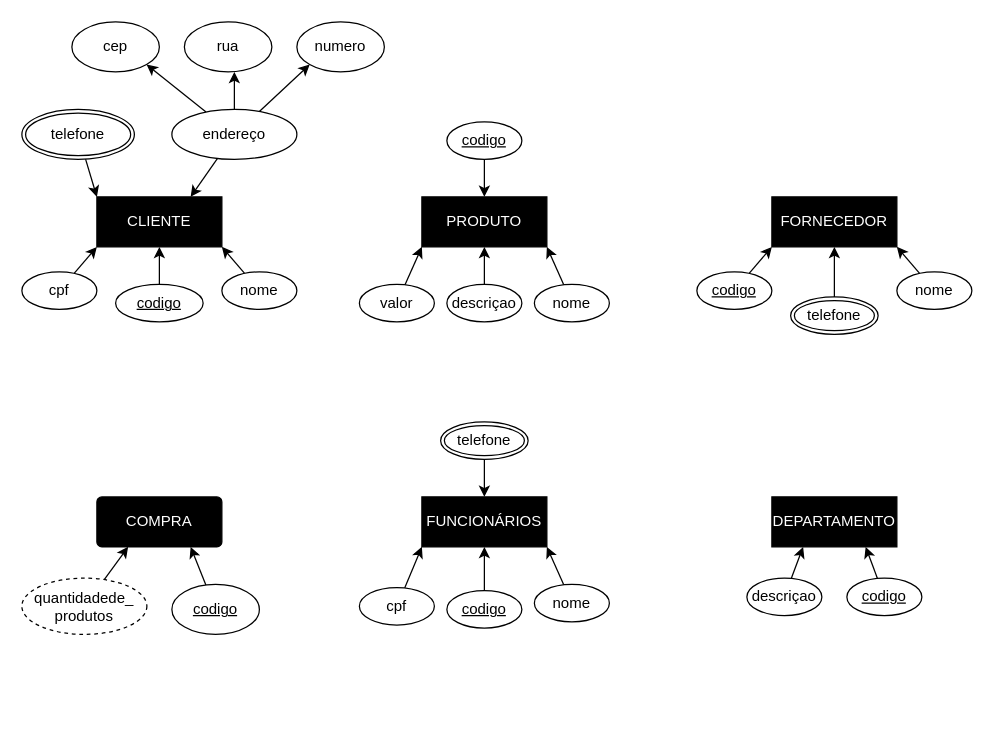
Earlier version of the draw.io diagram Aula04-DRE.drawio (kennyendersen/uc1-back-end). Source tidied: cells renumbered, new cells numbered last; positions are measured from the earlier drawing's top-left corner, leaving out a move shared by most shapes. Both pictures are drawn from the tidied source at 125%, with x=0, y=0 at pixel (21, 21).
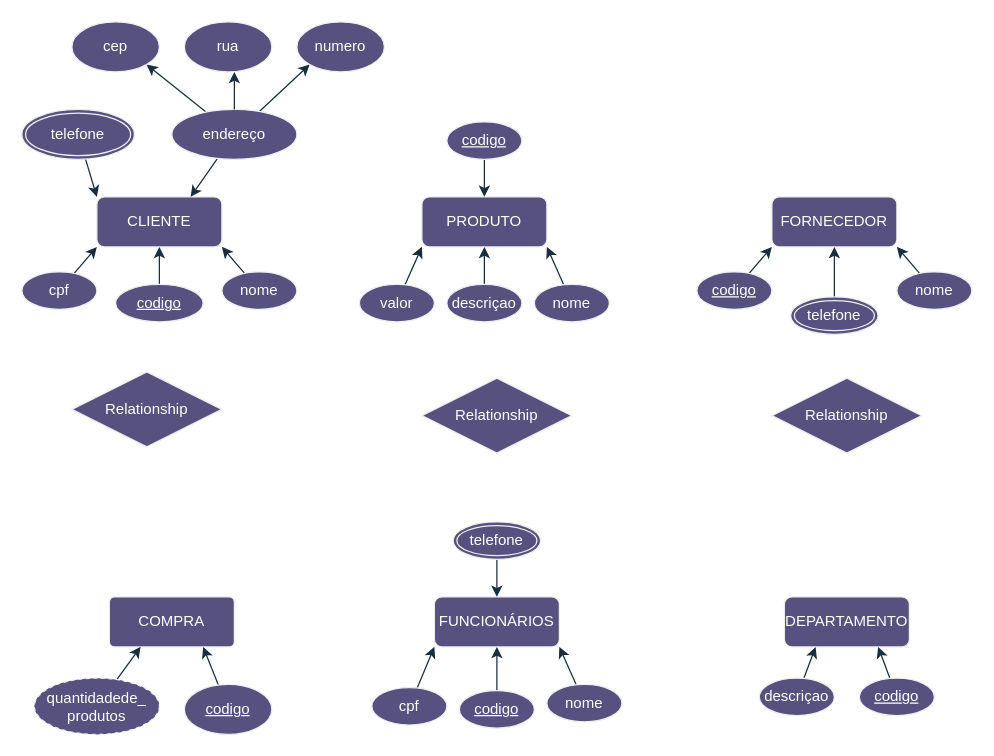
Above is the later version.

What changed in the source:
```diff
@@
-    <mxCell id="2" value="DEPARTAMENTO" style="whiteSpace=wrap;html=1;align=center;fillColor=#000000;fontColor=#FFFFFF;" parent="1" vertex="1">
-      <mxGeometry x="600" y="380" width="100" height="40" as="geometry" />
+    <mxCell id="2" value="DEPARTAMENTO" style="whiteSpace=wrap;html=1;align=center;fillColor=#56517E;fontColor=#FFFFFF;rounded=1;labelBackgroundColor=none;strokeColor=#EEEEEE;" parent="1" vertex="1">
+      <mxGeometry x="610" y="460" width="100" height="40" as="geometry" />
     </mxCell>
-    <mxCell id="3" value="FUNCIONÁRIOS" style="whiteSpace=wrap;html=1;align=center;fontColor=#FFFFFF;strokeColor=#000000;fillColor=#000000;" parent="1" vertex="1">
-      <mxGeometry x="320" y="380" width="100" height="40" as="geometry" />
+    <mxCell id="3" value="FUNCIONÁRIOS" style="whiteSpace=wrap;html=1;align=center;fontColor=#FFFFFF;strokeColor=#EEEEEE;fillColor=#56517E;rounded=1;labelBackgroundColor=none;" parent="1" vertex="1">
+      <mxGeometry x="330" y="460" width="100" height="40" as="geometry" />
     </mxCell>
-    <mxCell id="4" value="CLIENTE" style="whiteSpace=wrap;html=1;align=center;fillColor=#000000;fontColor=#FFFFFF;" parent="1" vertex="1">
+    <mxCell id="4" value="CLIENTE" style="whiteSpace=wrap;html=1;align=center;fillColor=#56517E;fontColor=#FFFFFF;rounded=1;labelBackgroundColor=none;strokeColor=#EEEEEE;" parent="1" vertex="1">
       <mxGeometry x="60" y="140" width="100" height="40" as="geometry" />
     </mxCell>
-    <mxCell id="5" value="FORNECEDOR" style="whiteSpace=wrap;html=1;align=center;fillColor=#000000;fontColor=#FFFFFF;" parent="1" vertex="1">
+    <mxCell id="5" value="FORNECEDOR" style="whiteSpace=wrap;html=1;align=center;fillColor=#56517E;fontColor=#FFFFFF;rounded=1;labelBackgroundColor=none;strokeColor=#EEEEEE;" parent="1" vertex="1">
       <mxGeometry x="600" y="140" width="100" height="40" as="geometry" />
     </mxCell>
-    <mxCell id="6" value="PRODUTO" style="whiteSpace=wrap;html=1;align=center;fillColor=#000000;fontColor=#FFFFFF;" parent="1" vertex="1">
+    <mxCell id="6" value="PRODUTO" style="whiteSpace=wrap;html=1;align=center;fillColor=#56517E;fontColor=#FFFFFF;rounded=1;labelBackgroundColor=none;strokeColor=#EEEEEE;" parent="1" vertex="1">
       <mxGeometry x="320" y="140" width="100" height="40" as="geometry" />
     </mxCell>
-    <mxCell id="7" value="COMPRA" style="rounded=1;arcSize=10;whiteSpace=wrap;html=1;align=center;labelBackgroundColor=none;strokeColor=#000000;fillColor=#000000;fontColor=#FFFFFF;" parent="1" vertex="1">
-      <mxGeometry x="60" y="380" width="100" height="40" as="geometry" />
+    <mxCell id="7" value="COMPRA" style="rounded=1;arcSize=10;whiteSpace=wrap;html=1;align=center;labelBackgroundColor=none;strokeColor=#EEEEEE;fillColor=#56517E;fontColor=#FFFFFF;" parent="1" vertex="1">
+      <mxGeometry x="70" y="460" width="100" height="40" as="geometry" />
     </mxCell>
-    <mxCell id="8" style="edgeStyle=none;rounded=0;jettySize=auto;html=1;entryX=1;entryY=1;entryDx=0;entryDy=0;" parent="1" edge="1" source="9" target="4">
+    <mxCell id="8" style="edgeStyle=none;rounded=1;jettySize=auto;html=1;entryX=1;entryY=1;entryDx=0;entryDy=0;labelBackgroundColor=none;strokeColor=#182E3E;fontColor=default;" parent="1" edge="1" source="9" target="4">
       <mxGeometry relative="1" as="geometry" />
     </mxCell>
-    <mxCell id="9" value="nome" style="ellipse;whiteSpace=wrap;html=1;align=center;" parent="1" vertex="1">
+    <mxCell id="9" value="nome" style="ellipse;whiteSpace=wrap;html=1;align=center;rounded=1;labelBackgroundColor=none;fillColor=#56517E;strokeColor=#EEEEEE;fontColor=#FFFFFF;" parent="1" vertex="1">
       <mxGeometry x="160" y="200" width="60" height="30" as="geometry" />
     </mxCell>
-    <mxCell id="10" style="edgeStyle=none;rounded=0;jettySize=auto;html=1;entryX=0;entryY=1;entryDx=0;entryDy=0;" parent="1" edge="1" source="11" target="4">
+    <mxCell id="10" style="edgeStyle=none;rounded=1;jettySize=auto;html=1;entryX=0;entryY=1;entryDx=0;entryDy=0;labelBackgroundColor=none;strokeColor=#182E3E;fontColor=default;" parent="1" edge="1" source="11" target="4">
       <mxGeometry relative="1" as="geometry" />
     </mxCell>
-    <mxCell id="11" value="cpf" style="ellipse;whiteSpace=wrap;html=1;align=center;" parent="1" vertex="1">
+    <mxCell id="11" value="cpf" style="ellipse;whiteSpace=wrap;html=1;align=center;rounded=1;labelBackgroundColor=none;fillColor=#56517E;strokeColor=#EEEEEE;fontColor=#FFFFFF;" parent="1" vertex="1">
       <mxGeometry y="200" width="60" height="30" as="geometry" />
     </mxCell>
-    <mxCell id="12" style="edgeStyle=none;rounded=0;jettySize=auto;html=1;entryX=0.75;entryY=1;entryDx=0;entryDy=0;" parent="1" edge="1" source="13" target="7">
+    <mxCell id="12" style="edgeStyle=none;rounded=1;jettySize=auto;html=1;entryX=0.75;entryY=1;entryDx=0;entryDy=0;labelBackgroundColor=none;strokeColor=#182E3E;fontColor=default;" parent="1" edge="1" source="13" target="7">
       <mxGeometry relative="1" as="geometry" />
     </mxCell>
-    <mxCell id="13" value="codigo" style="ellipse;whiteSpace=wrap;html=1;align=center;fontStyle=4;" parent="1" vertex="1">
-      <mxGeometry x="120" y="450" width="70" height="40" as="geometry" />
+    <mxCell id="13" value="codigo" style="ellipse;whiteSpace=wrap;html=1;align=center;fontStyle=4;rounded=1;labelBackgroundColor=none;fillColor=#56517E;strokeColor=#EEEEEE;fontColor=#FFFFFF;" parent="1" vertex="1">
+      <mxGeometry x="130" y="530" width="70" height="40" as="geometry" />
     </mxCell>
-    <mxCell id="14" style="edgeStyle=none;rounded=0;jettySize=auto;html=1;entryX=0.5;entryY=1;entryDx=0;entryDy=0;" parent="1" edge="1" source="15" target="4">
+    <mxCell id="14" style="edgeStyle=none;rounded=1;jettySize=auto;html=1;entryX=0.5;entryY=1;entryDx=0;entryDy=0;labelBackgroundColor=none;strokeColor=#182E3E;fontColor=default;" parent="1" edge="1" source="15" target="4">
       <mxGeometry relative="1" as="geometry" />
     </mxCell>
-    <mxCell id="15" value="codigo" style="ellipse;whiteSpace=wrap;html=1;align=center;fontStyle=4;" parent="1" vertex="1">
+    <mxCell id="15" value="codigo" style="ellipse;whiteSpace=wrap;html=1;align=center;fontStyle=4;rounded=1;labelBackgroundColor=none;fillColor=#56517E;strokeColor=#EEEEEE;fontColor=#FFFFFF;" parent="1" vertex="1">
       <mxGeometry x="75" y="210" width="70" height="30" as="geometry" />
     </mxCell>
-    <mxCell id="16" style="edgeStyle=none;rounded=0;jettySize=auto;html=1;entryX=0.25;entryY=1;entryDx=0;entryDy=0;" parent="1" edge="1" source="17" target="7">
+    <mxCell id="16" style="edgeStyle=none;rounded=1;jettySize=auto;html=1;entryX=0.25;entryY=1;entryDx=0;entryDy=0;labelBackgroundColor=none;strokeColor=#182E3E;fontColor=default;" parent="1" edge="1" source="17" target="7">
       <mxGeometry relative="1" as="geometry" />
     </mxCell>
-    <mxCell id="17" value="quantidadede_&lt;br&gt;produtos" style="ellipse;whiteSpace=wrap;html=1;align=center;dashed=1;" parent="1" vertex="1">
-      <mxGeometry y="445" width="100" height="45" as="geometry" />
+    <mxCell id="17" value="quantidadede_&lt;br&gt;produtos" style="ellipse;whiteSpace=wrap;html=1;align=center;dashed=1;rounded=1;labelBackgroundColor=none;fillColor=#56517E;strokeColor=#EEEEEE;fontColor=#FFFFFF;" parent="1" vertex="1">
+      <mxGeometry x="10" y="525" width="100" height="45" as="geometry" />
     </mxCell>
-    <mxCell id="18" style="edgeStyle=none;rounded=0;jettySize=auto;html=1;entryX=0;entryY=0;entryDx=0;entryDy=0;" parent="1" edge="1" source="19" target="4">
+    <mxCell id="18" style="edgeStyle=none;rounded=1;jettySize=auto;html=1;entryX=0;entryY=0;entryDx=0;entryDy=0;labelBackgroundColor=none;strokeColor=#182E3E;fontColor=default;" parent="1" edge="1" source="19" target="4">
       <mxGeometry relative="1" as="geometry" />
     </mxCell>
-    <mxCell id="19" value="telefone" style="ellipse;shape=doubleEllipse;margin=3;whiteSpace=wrap;html=1;align=center;" parent="1" vertex="1">
+    <mxCell id="19" value="telefone" style="ellipse;shape=doubleEllipse;margin=3;whiteSpace=wrap;html=1;align=center;rounded=1;labelBackgroundColor=none;fillColor=#56517E;strokeColor=#EEEEEE;fontColor=#FFFFFF;" parent="1" vertex="1">
       <mxGeometry y="70" width="90" height="40" as="geometry" />
     </mxCell>
-    <mxCell id="20" style="edgeStyle=none;rounded=0;jettySize=auto;html=1;entryX=0.75;entryY=0;entryDx=0;entryDy=0;" parent="1" edge="1" source="23" target="4">
+    <mxCell id="20" style="edgeStyle=none;rounded=1;jettySize=auto;html=1;entryX=0.75;entryY=0;entryDx=0;entryDy=0;labelBackgroundColor=none;strokeColor=#182E3E;fontColor=default;" parent="1" edge="1" source="23" target="4">
       <mxGeometry relative="1" as="geometry" />
     </mxCell>
-    <mxCell id="21" style="edgeStyle=none;rounded=0;jettySize=auto;html=1;entryX=1;entryY=1;entryDx=0;entryDy=0;" parent="1" edge="1" source="23" target="24">
+    <mxCell id="21" style="edgeStyle=none;rounded=1;jettySize=auto;html=1;entryX=1;entryY=1;entryDx=0;entryDy=0;labelBackgroundColor=none;strokeColor=#182E3E;fontColor=default;" parent="1" edge="1" source="23" target="24">
       <mxGeometry relative="1" as="geometry" />
     </mxCell>
-    <mxCell id="22" style="edgeStyle=none;rounded=0;jettySize=auto;html=1;entryX=0;entryY=1;entryDx=0;entryDy=0;" parent="1" edge="1" source="23" target="26">
+    <mxCell id="22" style="edgeStyle=none;rounded=1;jettySize=auto;html=1;entryX=0;entryY=1;entryDx=0;entryDy=0;labelBackgroundColor=none;strokeColor=#182E3E;fontColor=default;" parent="1" edge="1" source="23" target="26">
       <mxGeometry relative="1" as="geometry" />
     </mxCell>
-    <mxCell id="23" value="endereço" style="ellipse;whiteSpace=wrap;html=1;align=center;" parent="1" vertex="1">
+    <mxCell id="23" value="endereço" style="ellipse;whiteSpace=wrap;html=1;align=center;rounded=1;labelBackgroundColor=none;fillColor=#56517E;strokeColor=#EEEEEE;fontColor=#FFFFFF;" parent="1" vertex="1">
       <mxGeometry x="120" y="70" width="100" height="40" as="geometry" />
     </mxCell>
-    <mxCell id="24" value="cep" style="ellipse;whiteSpace=wrap;html=1;align=center;" parent="1" vertex="1">
+    <mxCell id="24" value="cep" style="ellipse;whiteSpace=wrap;html=1;align=center;rounded=1;labelBackgroundColor=none;fillColor=#56517E;strokeColor=#EEEEEE;fontColor=#FFFFFF;" parent="1" vertex="1">
       <mxGeometry x="40" width="70" height="40" as="geometry" />
     </mxCell>
-    <mxCell id="25" value="rua" style="ellipse;whiteSpace=wrap;html=1;align=center;" parent="1" vertex="1">
+    <mxCell id="25" value="rua" style="ellipse;whiteSpace=wrap;html=1;align=center;rounded=1;labelBackgroundColor=none;fillColor=#56517E;strokeColor=#EEEEEE;fontColor=#FFFFFF;" parent="1" vertex="1">
       <mxGeometry x="130" width="70" height="40" as="geometry" />
     </mxCell>
-    <mxCell id="26" value="numero" style="ellipse;whiteSpace=wrap;html=1;align=center;" parent="1" vertex="1">
+    <mxCell id="26" value="numero" style="ellipse;whiteSpace=wrap;html=1;align=center;rounded=1;labelBackgroundColor=none;fillColor=#56517E;strokeColor=#EEEEEE;fontColor=#FFFFFF;" parent="1" vertex="1">
       <mxGeometry x="220" width="70" height="40" as="geometry" />
     </mxCell>
-    <mxCell id="27" style="edgeStyle=none;rounded=0;jettySize=auto;html=1;entryX=0.5;entryY=1;entryDx=0;entryDy=0;" parent="1" edge="1" source="28" target="6">
+    <mxCell id="27" style="edgeStyle=none;rounded=1;jettySize=auto;html=1;entryX=0.5;entryY=1;entryDx=0;entryDy=0;labelBackgroundColor=none;strokeColor=#182E3E;fontColor=default;" parent="1" edge="1" source="28" target="6">
       <mxGeometry relative="1" as="geometry" />
     </mxCell>
-    <mxCell id="28" value="descriçao" style="ellipse;whiteSpace=wrap;html=1;align=center;fontStyle=0;" parent="1" vertex="1">
+    <mxCell id="28" value="descriçao" style="ellipse;whiteSpace=wrap;html=1;align=center;fontStyle=0;rounded=1;labelBackgroundColor=none;fillColor=#56517E;strokeColor=#EEEEEE;fontColor=#FFFFFF;" parent="1" vertex="1">
       <mxGeometry x="340" y="210" width="60" height="30" as="geometry" />
     </mxCell>
-    <mxCell id="29" style="edgeStyle=none;rounded=0;jettySize=auto;html=1;entryX=0;entryY=1;entryDx=0;entryDy=0;" parent="1" edge="1" source="30" target="6">
+    <mxCell id="29" style="edgeStyle=none;rounded=1;jettySize=auto;html=1;entryX=0;entryY=1;entryDx=0;entryDy=0;labelBackgroundColor=none;strokeColor=#182E3E;fontColor=default;" parent="1" edge="1" source="30" target="6">
       <mxGeometry relative="1" as="geometry" />
     </mxCell>
-    <mxCell id="30" value="valor" style="ellipse;whiteSpace=wrap;html=1;align=center;" parent="1" vertex="1">
+    <mxCell id="30" value="valor" style="ellipse;whiteSpace=wrap;html=1;align=center;rounded=1;labelBackgroundColor=none;fillColor=#56517E;strokeColor=#EEEEEE;fontColor=#FFFFFF;" parent="1" vertex="1">
       <mxGeometry x="270" y="210" width="60" height="30" as="geometry" />
     </mxCell>
-    <mxCell id="31" style="edgeStyle=none;rounded=0;jettySize=auto;html=1;entryX=1;entryY=1;entryDx=0;entryDy=0;" parent="1" edge="1" source="32" target="6">
+    <mxCell id="31" style="edgeStyle=none;rounded=1;jettySize=auto;html=1;entryX=1;entryY=1;entryDx=0;entryDy=0;labelBackgroundColor=none;strokeColor=#182E3E;fontColor=default;" parent="1" edge="1" source="32" target="6">
       <mxGeometry relative="1" as="geometry" />
     </mxCell>
-    <mxCell id="32" value="nome" style="ellipse;whiteSpace=wrap;html=1;align=center;" parent="1" vertex="1">
+    <mxCell id="32" value="nome" style="ellipse;whiteSpace=wrap;html=1;align=center;rounded=1;labelBackgroundColor=none;fillColor=#56517E;strokeColor=#EEEEEE;fontColor=#FFFFFF;" parent="1" vertex="1">
       <mxGeometry x="410" y="210" width="60" height="30" as="geometry" />
     </mxCell>
-    <mxCell id="33" style="edgeStyle=none;rounded=0;jettySize=auto;html=1;entryX=0.5;entryY=0;entryDx=0;entryDy=0;" parent="1" edge="1" source="34" target="6">
+    <mxCell id="33" style="edgeStyle=none;rounded=1;jettySize=auto;html=1;entryX=0.5;entryY=0;entryDx=0;entryDy=0;labelBackgroundColor=none;strokeColor=#182E3E;fontColor=default;" parent="1" edge="1" source="34" target="6">
       <mxGeometry relative="1" as="geometry" />
     </mxCell>
-    <mxCell id="34" value="codigo" style="ellipse;whiteSpace=wrap;html=1;align=center;fontStyle=4;" parent="1" vertex="1">
+    <mxCell id="34" value="codigo" style="ellipse;whiteSpace=wrap;html=1;align=center;fontStyle=4;rounded=1;labelBackgroundColor=none;fillColor=#56517E;strokeColor=#EEEEEE;fontColor=#FFFFFF;" parent="1" vertex="1">
       <mxGeometry x="340" y="80" width="60" height="30" as="geometry" />
     </mxCell>
-    <mxCell id="35" style="edgeStyle=none;rounded=0;jettySize=auto;html=1;entryX=0.571;entryY=1;entryDx=0;entryDy=0;entryPerimeter=0;" parent="1" edge="1" source="23" target="25">
+    <mxCell id="35" style="edgeStyle=none;rounded=1;jettySize=auto;html=1;entryX=0.571;entryY=1;entryDx=0;entryDy=0;entryPerimeter=0;labelBackgroundColor=none;strokeColor=#182E3E;fontColor=default;" parent="1" edge="1" source="23" target="25">
       <mxGeometry relative="1" as="geometry" />
     </mxCell>
-    <mxCell id="36" style="edgeStyle=none;rounded=0;jettySize=auto;html=1;entryX=1;entryY=1;entryDx=0;entryDy=0;" parent="1" edge="1" source="37" target="3">
+    <mxCell id="36" style="edgeStyle=none;rounded=1;jettySize=auto;html=1;entryX=1;entryY=1;entryDx=0;entryDy=0;labelBackgroundColor=none;strokeColor=#182E3E;fontColor=default;" parent="1" edge="1" source="37" target="3">
       <mxGeometry relative="1" as="geometry" />
     </mxCell>
-    <mxCell id="37" value="nome" style="ellipse;whiteSpace=wrap;html=1;align=center;" parent="1" vertex="1">
-      <mxGeometry x="410" y="450" width="60" height="30" as="geometry" />
+    <mxCell id="37" value="nome" style="ellipse;whiteSpace=wrap;html=1;align=center;rounded=1;labelBackgroundColor=none;fillColor=#56517E;strokeColor=#EEEEEE;fontColor=#FFFFFF;" parent="1" vertex="1">
+      <mxGeometry x="420" y="530" width="60" height="30" as="geometry" />
     </mxCell>
-    <mxCell id="38" style="edgeStyle=none;rounded=0;jettySize=auto;html=1;entryX=0.5;entryY=1;entryDx=0;entryDy=0;" parent="1" edge="1" source="39" target="3">
+    <mxCell id="38" style="edgeStyle=none;rounded=1;jettySize=auto;html=1;entryX=0.5;entryY=1;entryDx=0;entryDy=0;labelBackgroundColor=none;strokeColor=#182E3E;fontColor=default;" parent="1" edge="1" source="39" target="3">
       <mxGeometry relative="1" as="geometry" />
     </mxCell>
-    <mxCell id="39" value="codigo" style="ellipse;whiteSpace=wrap;html=1;align=center;fontStyle=4;" parent="1" vertex="1">
-      <mxGeometry x="340" y="455" width="60" height="30" as="geometry" />
+    <mxCell id="39" value="codigo" style="ellipse;whiteSpace=wrap;html=1;align=center;fontStyle=4;rounded=1;labelBackgroundColor=none;fillColor=#56517E;strokeColor=#EEEEEE;fontColor=#FFFFFF;" parent="1" vertex="1">
+      <mxGeometry x="350" y="535" width="60" height="30" as="geometry" />
     </mxCell>
-    <mxCell id="40" style="edgeStyle=none;rounded=0;jettySize=auto;html=1;entryX=0;entryY=1;entryDx=0;entryDy=0;" parent="1" edge="1" source="41" target="3">
+    <mxCell id="40" style="edgeStyle=none;rounded=1;jettySize=auto;html=1;entryX=0;entryY=1;entryDx=0;entryDy=0;labelBackgroundColor=none;strokeColor=#182E3E;fontColor=default;" parent="1" edge="1" source="41" target="3">
       <mxGeometry relative="1" as="geometry" />
     </mxCell>
-    <mxCell id="41" value="cpf" style="ellipse;whiteSpace=wrap;html=1;align=center;" parent="1" vertex="1">
-      <mxGeometry x="270" y="452.5" width="60" height="30" as="geometry" />
+    <mxCell id="41" value="cpf" style="ellipse;whiteSpace=wrap;html=1;align=center;rounded=1;labelBackgroundColor=none;fillColor=#56517E;strokeColor=#EEEEEE;fontColor=#FFFFFF;" parent="1" vertex="1">
+      <mxGeometry x="280" y="532.5" width="60" height="30" as="geometry" />
     </mxCell>
-    <mxCell id="42" style="edgeStyle=none;rounded=0;jettySize=auto;html=1;entryX=0.5;entryY=0;entryDx=0;entryDy=0;" parent="1" edge="1" target="3">
+    <mxCell id="42" style="edgeStyle=none;rounded=1;jettySize=auto;html=1;entryX=0.5;entryY=0;entryDx=0;entryDy=0;labelBackgroundColor=none;strokeColor=#182E3E;fontColor=default;" parent="1" edge="1" target="3">
       <mxGeometry relative="1" as="geometry">
-        <mxPoint x="370" y="350" as="sourcePoint" />
+        <mxPoint x="380" y="430" as="sourcePoint" />
       </mxGeometry>
     </mxCell>
-    <mxCell id="43" value="telefone" style="ellipse;shape=doubleEllipse;margin=3;whiteSpace=wrap;html=1;align=center;" parent="1" vertex="1">
-      <mxGeometry x="335" y="320" width="70" height="30" as="geometry" />
+    <mxCell id="43" value="telefone" style="ellipse;shape=doubleEllipse;margin=3;whiteSpace=wrap;html=1;align=center;rounded=1;labelBackgroundColor=none;fillColor=#56517E;strokeColor=#EEEEEE;fontColor=#FFFFFF;" parent="1" vertex="1">
+      <mxGeometry x="345" y="400" width="70" height="30" as="geometry" />
     </mxCell>
-    <mxCell id="44" style="edgeStyle=none;rounded=0;jettySize=auto;html=1;entryX=0;entryY=1;entryDx=0;entryDy=0;" parent="1" edge="1" source="45" target="5">
+    <mxCell id="44" style="edgeStyle=none;rounded=1;jettySize=auto;html=1;entryX=0;entryY=1;entryDx=0;entryDy=0;labelBackgroundColor=none;strokeColor=#182E3E;fontColor=default;" parent="1" edge="1" source="45" target="5">
       <mxGeometry relative="1" as="geometry" />
     </mxCell>
-    <mxCell id="45" value="codigo" style="ellipse;whiteSpace=wrap;html=1;align=center;fontStyle=4;" parent="1" vertex="1">
+    <mxCell id="45" value="codigo" style="ellipse;whiteSpace=wrap;html=1;align=center;fontStyle=4;rounded=1;labelBackgroundColor=none;fillColor=#56517E;strokeColor=#EEEEEE;fontColor=#FFFFFF;" parent="1" vertex="1">
       <mxGeometry x="540" y="200" width="60" height="30" as="geometry" />
     </mxCell>
-    <mxCell id="46" style="edgeStyle=none;rounded=0;jettySize=auto;html=1;entryX=1;entryY=1;entryDx=0;entryDy=0;" parent="1" edge="1" source="47" target="5">
+    <mxCell id="46" style="edgeStyle=none;rounded=1;jettySize=auto;html=1;entryX=1;entryY=1;entryDx=0;entryDy=0;labelBackgroundColor=none;strokeColor=#182E3E;fontColor=default;" parent="1" edge="1" source="47" target="5">
       <mxGeometry relative="1" as="geometry" />
     </mxCell>
-    <mxCell id="47" value="nome" style="ellipse;whiteSpace=wrap;html=1;align=center;" parent="1" vertex="1">
+    <mxCell id="47" value="nome" style="ellipse;whiteSpace=wrap;html=1;align=center;rounded=1;labelBackgroundColor=none;fillColor=#56517E;strokeColor=#EEEEEE;fontColor=#FFFFFF;" parent="1" vertex="1">
       <mxGeometry x="700" y="200" width="60" height="30" as="geometry" />
     </mxCell>
-    <mxCell id="48" style="edgeStyle=none;rounded=0;jettySize=auto;html=1;entryX=0.5;entryY=1;entryDx=0;entryDy=0;" parent="1" edge="1" source="49" target="5">
+    <mxCell id="48" style="edgeStyle=none;rounded=1;jettySize=auto;html=1;entryX=0.5;entryY=1;entryDx=0;entryDy=0;labelBackgroundColor=none;strokeColor=#182E3E;fontColor=default;" parent="1" edge="1" source="49" target="5">
       <mxGeometry relative="1" as="geometry" />
     </mxCell>
-    <mxCell id="49" value="telefone" style="ellipse;shape=doubleEllipse;margin=3;whiteSpace=wrap;html=1;align=center;" parent="1" vertex="1">
+    <mxCell id="49" value="telefone" style="ellipse;shape=doubleEllipse;margin=3;whiteSpace=wrap;html=1;align=center;rounded=1;labelBackgroundColor=none;fillColor=#56517E;strokeColor=#EEEEEE;fontColor=#FFFFFF;" parent="1" vertex="1">
       <mxGeometry x="615" y="220" width="70" height="30" as="geometry" />
     </mxCell>
-    <mxCell id="50" style="edgeStyle=none;rounded=0;jettySize=auto;html=1;entryX=0.25;entryY=1;entryDx=0;entryDy=0;" parent="1" edge="1" source="51" target="2">
+    <mxCell id="50" style="edgeStyle=none;rounded=1;jettySize=auto;html=1;entryX=0.25;entryY=1;entryDx=0;entryDy=0;labelBackgroundColor=none;strokeColor=#182E3E;fontColor=default;" parent="1" edge="1" source="51" target="2">
       <mxGeometry relative="1" as="geometry" />
     </mxCell>
-    <mxCell id="51" value="descriçao" style="ellipse;whiteSpace=wrap;html=1;align=center;" parent="1" vertex="1">
-      <mxGeometry x="580" y="445" width="60" height="30" as="geometry" />
+    <mxCell id="51" value="descriçao" style="ellipse;whiteSpace=wrap;html=1;align=center;rounded=1;labelBackgroundColor=none;fillColor=#56517E;strokeColor=#EEEEEE;fontColor=#FFFFFF;" parent="1" vertex="1">
+      <mxGeometry x="590" y="525" width="60" height="30" as="geometry" />
     </mxCell>
-    <mxCell id="52" style="edgeStyle=none;rounded=0;jettySize=auto;html=1;entryX=0.75;entryY=1;entryDx=0;entryDy=0;" parent="1" edge="1" source="53" target="2">
+    <mxCell id="52" style="edgeStyle=none;rounded=1;jettySize=auto;html=1;entryX=0.75;entryY=1;entryDx=0;entryDy=0;labelBackgroundColor=none;strokeColor=#182E3E;fontColor=default;" parent="1" edge="1" source="53" target="2">
       <mxGeometry relative="1" as="geometry" />
     </mxCell>
-    <mxCell id="53" value="codigo" style="ellipse;whiteSpace=wrap;html=1;align=center;fontStyle=4;" parent="1" vertex="1">
-      <mxGeometry x="660" y="445" width="60" height="30" as="geometry" />
+    <mxCell id="53" value="codigo" style="ellipse;whiteSpace=wrap;html=1;align=center;fontStyle=4;rounded=1;labelBackgroundColor=none;fillColor=#56517E;strokeColor=#EEEEEE;fontColor=#FFFFFF;" parent="1" vertex="1">
+      <mxGeometry x="670" y="525" width="60" height="30" as="geometry" />
     </mxCell>
+    <mxCell id="54" value="Relationship" style="shape=rhombus;perimeter=rhombusPerimeter;whiteSpace=wrap;html=1;align=center;strokeColor=#EEEEEE;fontColor=#FFFFFF;fillColor=#56517E;rotation=0;" parent="1" vertex="1">
+      <mxGeometry x="40" y="280" width="120" height="60" as="geometry" />
+    </mxCell>
+    <mxCell id="55" value="Relationship" style="shape=rhombus;perimeter=rhombusPerimeter;whiteSpace=wrap;html=1;align=center;strokeColor=#EEEEEE;fontColor=#FFFFFF;fillColor=#56517E;rotation=0;" parent="1" vertex="1">
+      <mxGeometry x="320" y="285" width="120" height="60" as="geometry" />
+    </mxCell>
+    <mxCell id="56" value="Relationship" style="shape=rhombus;perimeter=rhombusPerimeter;whiteSpace=wrap;html=1;align=center;strokeColor=#EEEEEE;fontColor=#FFFFFF;fillColor=#56517E;rotation=0;" parent="1" vertex="1">
+      <mxGeometry x="600" y="285" width="120" height="60" as="geometry" />
+    </mxCell>
```
